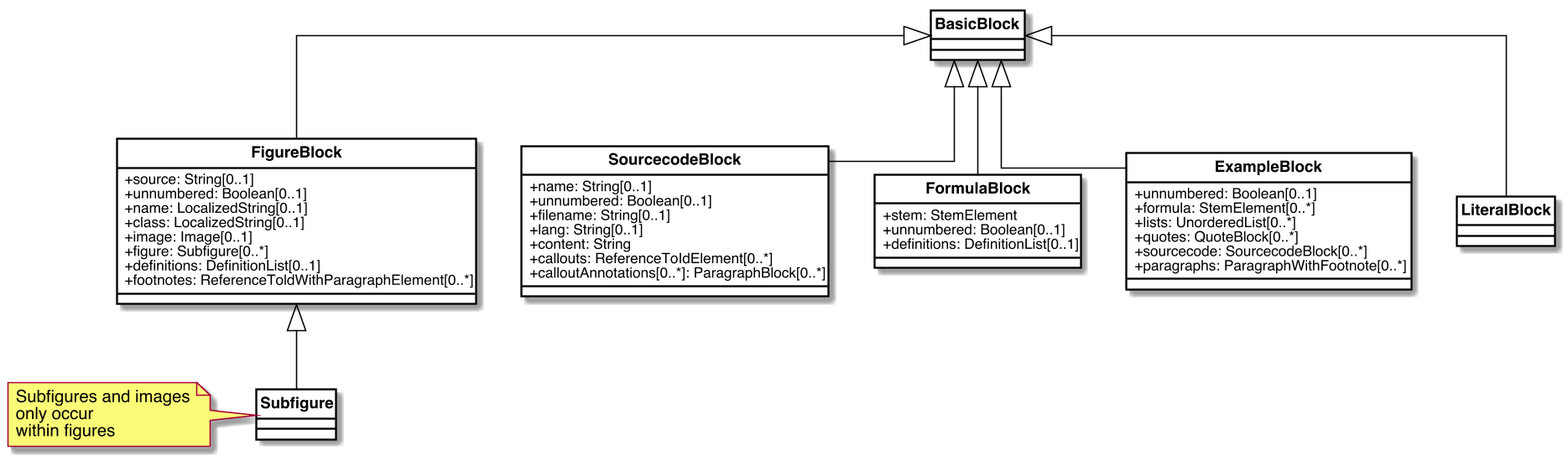
Before: images/AncillaryBlocks.png, a diagram exported from PlantUML (metanorma/basicdoc-models). Its diagram source:
```plantuml
@startuml AncillaryBlocks


skinparam Dpi 150
skinparam Monochrome false
skinparam LineType ortho
hide circle
skinparam Default {
  TextAlignment center
  FontName Helvetica
}
skinparam Class {
  AttributeIconSize 0
  BackgroundColor White
  ArrowColor Black
  BorderColor Black
  FontStyle bold
  StereotypeFontSize 10
}
skinparam Rectangle {
  BackgroundColor White
  ArrowColor Black
  BorderColor Black
  FontStyle bold
  FontSize 11
  StereotypeFontSize 10
}
skinparam Object {
  BackgroundColor White
  ArrowColor Black
  BorderColor Black
  FontStyle bold
  FontSize 11
  StereotypeFontSize 10
}

skinparam Entity {
  StereotypeFontSize 10
}



class BasicBlock {
}

class FigureBlock{
    +source: String[0..1]
    +unnumbered: Boolean[0..1]
    +name: LocalizedString[0..1]
    +class: LocalizedString[0..1]
    +image: Image[0..1]
    +figure: Subfigure[0..*]
    +definitions: DefinitionList[0..1]
    +footnotes: ReferenceToldWithParagraphElement[0..*]
}

class Subfigure {
}

class SourcecodeBlock{
    +name: String[0..1]
    +unnumbered: Boolean[0..1]
    +filename: String[0..1]
    +lang: String[0..1]
    +content: String
    +callouts: ReferenceToIdElement[0..*]
    +calloutAnnotations[0..*]: ParagraphBlock[0..*]
}

class FormulaBlock{
    +stem: StemElement
    +unnumbered: Boolean[0..1]
    +definitions: DefinitionList[0..1]
}

class ExampleBlock{
    +unnumbered: Boolean[0..1]
    +formula: StemElement[0..*]
    +lists: UnorderedList[0..*]
    +quotes: QuoteBlock[0..*]
    +sourcecode: SourcecodeBlock[0..*]
    +paragraphs: ParagraphWithFootnote[0..*]
}


note left of Subfigure : Subfigures and images\nonly occur\nwithin figures

FigureBlock -up-|> BasicBlock
LiteralBlock -up-|> BasicBlock
SourcecodeBlock -up-|> BasicBlock
FormulaBlock -up-|> BasicBlock
ExampleBlock -up-|> BasicBlock

Subfigure -up-|> FigureBlock

@enduml
```
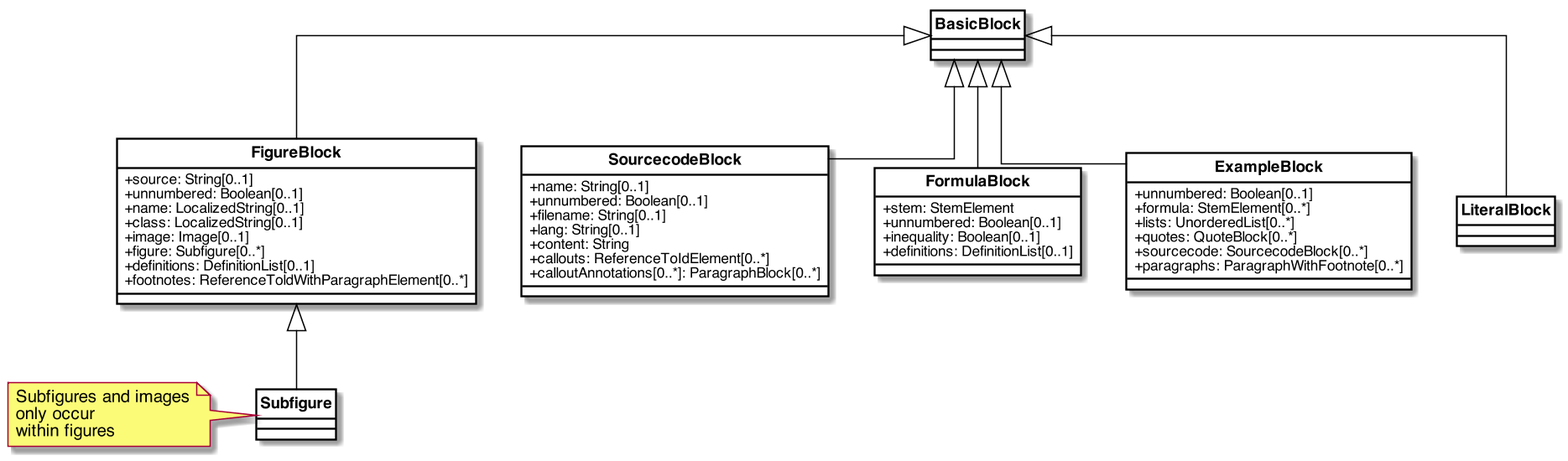
Above is the later version.

Change to the diagram source:
```diff
@@ -70,6 +70,7 @@
 class FormulaBlock{
     +stem: StemElement
     +unnumbered: Boolean[0..1]
+    +inequality: Boolean[0..1]
     +definitions: DefinitionList[0..1]
 }
 
```
